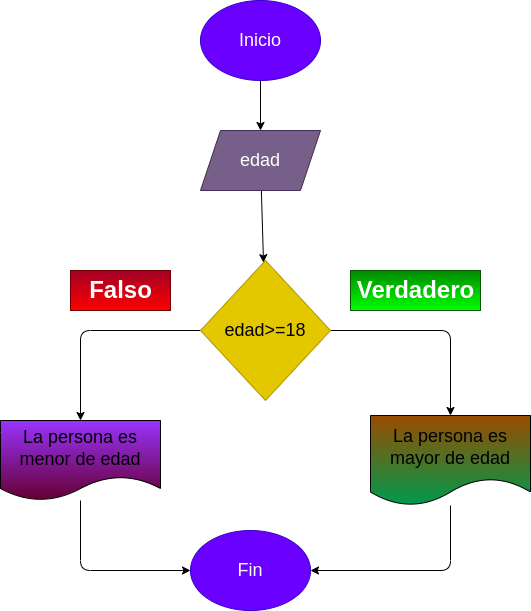
Earlier version of the draw.io export ejercicio7_raices/diagrama.png (juanomanino/EjerciciosIftemporal). Source tidied: cells renumbered, new cells last; positions are measured from the earlier drawing's top-left corner, leaving out a move shared by most shapes. The source it was exported from:
```xml
<mxGraphModel>
  <root>
    <mxCell id="0" />
    <mxCell id="1" parent="0" />
    <mxCell id="2" style="edgeStyle=none;html=1;fontSize=18;" parent="1" edge="1" source="3" target="5">
      <mxGeometry relative="1" as="geometry" />
    </mxCell>
    <mxCell id="3" value="&lt;font style=&quot;font-size: 18px&quot;&gt;Inicio&lt;/font&gt;" style="ellipse;whiteSpace=wrap;html=1;fillColor=#6a00ff;fontColor=#ffffff;strokeColor=#3700CC;" parent="1" vertex="1">
      <mxGeometry x="200" width="120" height="80" as="geometry" />
    </mxCell>
    <mxCell id="4" style="edgeStyle=none;html=1;fontSize=18;" parent="1" edge="1" source="5" target="8">
      <mxGeometry relative="1" as="geometry" />
    </mxCell>
    <mxCell id="5" value="&lt;font style=&quot;font-size: 18px&quot;&gt;edad&lt;/font&gt;" style="shape=parallelogram;perimeter=parallelogramPerimeter;whiteSpace=wrap;html=1;fixedSize=1;fillColor=#76608a;fontColor=#ffffff;strokeColor=#432D57;" parent="1" vertex="1">
      <mxGeometry x="200" y="130" width="120" height="60" as="geometry" />
    </mxCell>
    <mxCell id="6" style="edgeStyle=none;html=1;entryX=0.5;entryY=0;entryDx=0;entryDy=0;fontSize=18;" parent="1" edge="1" source="8" target="12">
      <mxGeometry relative="1" as="geometry">
        <Array as="points">
          <mxPoint x="450" y="330" />
        </Array>
      </mxGeometry>
    </mxCell>
    <mxCell id="7" style="edgeStyle=none;html=1;exitX=0;exitY=0.5;exitDx=0;exitDy=0;entryX=0.5;entryY=0;entryDx=0;entryDy=0;fontSize=18;" parent="1" edge="1" source="8" target="10">
      <mxGeometry relative="1" as="geometry">
        <Array as="points">
          <mxPoint x="80" y="330" />
        </Array>
      </mxGeometry>
    </mxCell>
    <mxCell id="8" value="edad&amp;gt;=18" style="rhombus;whiteSpace=wrap;html=1;fontSize=18;fillColor=#e3c800;fontColor=#000000;strokeColor=#B09500;" parent="1" vertex="1">
      <mxGeometry x="200" y="260" width="130" height="140" as="geometry" />
    </mxCell>
    <mxCell id="9" style="edgeStyle=none;html=1;entryX=0;entryY=0.5;entryDx=0;entryDy=0;fontSize=18;" parent="1" edge="1" source="10" target="15">
      <mxGeometry relative="1" as="geometry">
        <Array as="points">
          <mxPoint x="80" y="570" />
        </Array>
      </mxGeometry>
    </mxCell>
    <mxCell id="10" value="La persona es menor de edad" style="shape=document;whiteSpace=wrap;html=1;boundedLbl=1;fontSize=18;fillColor=#9933FF;gradientColor=#660033;" parent="1" vertex="1">
      <mxGeometry y="420" width="160" height="80" as="geometry" />
    </mxCell>
    <mxCell id="11" style="edgeStyle=none;html=1;entryX=1;entryY=0.5;entryDx=0;entryDy=0;fontSize=18;" parent="1" edge="1" source="12" target="15">
      <mxGeometry relative="1" as="geometry">
        <Array as="points">
          <mxPoint x="450" y="570" />
        </Array>
      </mxGeometry>
    </mxCell>
    <mxCell id="12" value="La persona es mayor de edad" style="shape=document;whiteSpace=wrap;html=1;boundedLbl=1;fontSize=18;gradientColor=#00994D;fillColor=#994C00;" parent="1" vertex="1">
      <mxGeometry x="370" y="415" width="160" height="90" as="geometry" />
    </mxCell>
    <mxCell id="13" value="Falso" style="text;strokeColor=#6F0000;fillColor=#a20025;html=1;fontSize=24;fontStyle=1;verticalAlign=middle;align=center;fontColor=#ffffff;gradientColor=#FF0000;" parent="1" vertex="1">
      <mxGeometry x="70" y="270" width="100" height="40" as="geometry" />
    </mxCell>
    <mxCell id="14" value="Verdadero" style="text;strokeColor=#005700;fillColor=#008a00;html=1;fontSize=24;fontStyle=1;verticalAlign=middle;align=center;fontColor=#ffffff;gradientColor=#00FF00;" parent="1" vertex="1">
      <mxGeometry x="350" y="270" width="130" height="40" as="geometry" />
    </mxCell>
    <mxCell id="15" value="Fin" style="ellipse;whiteSpace=wrap;html=1;fontSize=18;fillColor=#6a00ff;fontColor=#ffffff;strokeColor=#3700CC;" parent="1" vertex="1">
      <mxGeometry x="190" y="530" width="120" height="80" as="geometry" />
    </mxCell>
  </root>
</mxGraphModel>
```
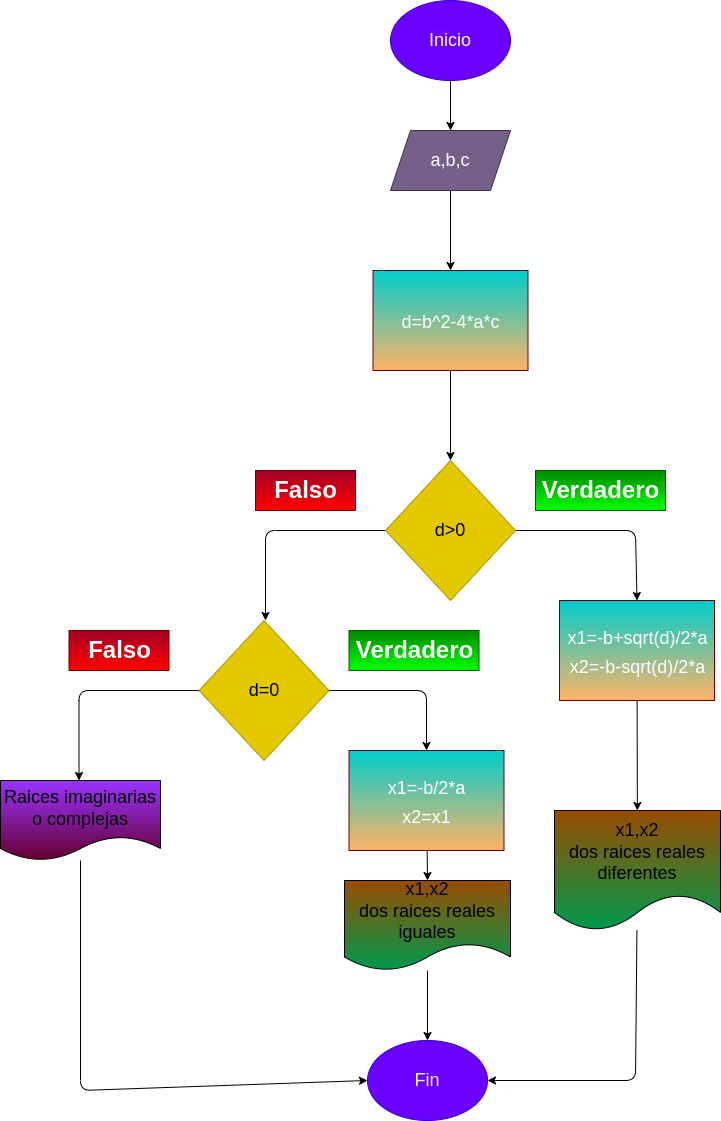
After the change.

The edit, as a diff of the source:
```diff
@@ -8,57 +8,106 @@
     <mxCell id="3" value="&lt;font style=&quot;font-size: 18px&quot;&gt;Inicio&lt;/font&gt;" style="ellipse;whiteSpace=wrap;html=1;fillColor=#6a00ff;fontColor=#ffffff;strokeColor=#3700CC;" parent="1" vertex="1">
       <mxGeometry x="200" width="120" height="80" as="geometry" />
     </mxCell>
-    <mxCell id="4" style="edgeStyle=none;html=1;fontSize=18;" parent="1" edge="1" source="5" target="8">
-      <mxGeometry relative="1" as="geometry" />
-    </mxCell>
+    <mxCell id="16" style="edgeStyle=none;html=1;entryX=0.5;entryY=0;entryDx=0;entryDy=0;" parent="1" edge="1" source="5" target="18">
+      <mxGeometry relative="1" as="geometry" />
+    </mxCell>
-    <mxCell id="5" value="&lt;font style=&quot;font-size: 18px&quot;&gt;edad&lt;/font&gt;" style="shape=parallelogram;perimeter=parallelogramPerimeter;whiteSpace=wrap;html=1;fixedSize=1;fillColor=#76608a;fontColor=#ffffff;strokeColor=#432D57;" parent="1" vertex="1">
+    <mxCell id="5" value="&lt;font style=&quot;font-size: 18px&quot;&gt;a,b,c&lt;/font&gt;" style="shape=parallelogram;perimeter=parallelogramPerimeter;whiteSpace=wrap;html=1;fixedSize=1;fillColor=#76608a;fontColor=#ffffff;strokeColor=#432D57;" parent="1" vertex="1">
       <mxGeometry x="200" y="130" width="120" height="60" as="geometry" />
     </mxCell>
-    <mxCell id="6" style="edgeStyle=none;html=1;entryX=0.5;entryY=0;entryDx=0;entryDy=0;fontSize=18;" parent="1" edge="1" source="8" target="12">
+    <mxCell id="6" style="edgeStyle=none;html=1;entryX=0.5;entryY=0;entryDx=0;entryDy=0;fontSize=18;" parent="1" edge="1" source="8" target="20">
       <mxGeometry relative="1" as="geometry">
         <Array as="points">
-          <mxPoint x="450" y="330" />
+          <mxPoint x="445" y="530" />
         </Array>
       </mxGeometry>
     </mxCell>
-    <mxCell id="7" style="edgeStyle=none;html=1;exitX=0;exitY=0.5;exitDx=0;exitDy=0;entryX=0.5;entryY=0;entryDx=0;entryDy=0;fontSize=18;" parent="1" edge="1" source="8" target="10">
+    <mxCell id="7" style="edgeStyle=none;html=1;exitX=0;exitY=0.5;exitDx=0;exitDy=0;entryX=0.5;entryY=0;entryDx=0;entryDy=0;fontSize=18;" parent="1" edge="1" source="8">
       <mxGeometry relative="1" as="geometry">
+        <mxPoint x="75" y="620" as="targetPoint" />
         <Array as="points">
-          <mxPoint x="80" y="330" />
+          <mxPoint x="75" y="530" />
         </Array>
       </mxGeometry>
     </mxCell>
-    <mxCell id="8" value="edad&amp;gt;=18" style="rhombus;whiteSpace=wrap;html=1;fontSize=18;fillColor=#e3c800;fontColor=#000000;strokeColor=#B09500;" parent="1" vertex="1">
-      <mxGeometry x="200" y="260" width="130" height="140" as="geometry" />
+    <mxCell id="8" value="d&amp;gt;0" style="rhombus;whiteSpace=wrap;html=1;fontSize=18;fillColor=#e3c800;fontColor=#000000;strokeColor=#B09500;" parent="1" vertex="1">
+      <mxGeometry x="195" y="460" width="130" height="140" as="geometry" />
     </mxCell>
-    <mxCell id="9" style="edgeStyle=none;html=1;entryX=0;entryY=0.5;entryDx=0;entryDy=0;fontSize=18;" parent="1" edge="1" source="10" target="15">
-      <mxGeometry relative="1" as="geometry">
-        <Array as="points">
-          <mxPoint x="80" y="570" />
-        </Array>
-      </mxGeometry>
-    </mxCell>
-    <mxCell id="10" value="La persona es menor de edad" style="shape=document;whiteSpace=wrap;html=1;boundedLbl=1;fontSize=18;fillColor=#9933FF;gradientColor=#660033;" parent="1" vertex="1">
-      <mxGeometry y="420" width="160" height="80" as="geometry" />
-    </mxCell>
     <mxCell id="11" style="edgeStyle=none;html=1;entryX=1;entryY=0.5;entryDx=0;entryDy=0;fontSize=18;" parent="1" edge="1" source="12" target="15">
       <mxGeometry relative="1" as="geometry">
         <Array as="points">
-          <mxPoint x="450" y="570" />
+          <mxPoint x="445" y="1080" />
         </Array>
       </mxGeometry>
     </mxCell>
-    <mxCell id="12" value="La persona es mayor de edad" style="shape=document;whiteSpace=wrap;html=1;boundedLbl=1;fontSize=18;gradientColor=#00994D;fillColor=#994C00;" parent="1" vertex="1">
-      <mxGeometry x="370" y="415" width="160" height="90" as="geometry" />
+    <mxCell id="12" value="x1,x2&lt;br&gt;dos raices reales diferentes" style="shape=document;whiteSpace=wrap;html=1;boundedLbl=1;fontSize=18;gradientColor=#00994D;fillColor=#994C00;" parent="1" vertex="1">
+      <mxGeometry x="364" y="810" width="166" height="120" as="geometry" />
     </mxCell>
     <mxCell id="13" value="Falso" style="text;strokeColor=#6F0000;fillColor=#a20025;html=1;fontSize=24;fontStyle=1;verticalAlign=middle;align=center;fontColor=#ffffff;gradientColor=#FF0000;" parent="1" vertex="1">
-      <mxGeometry x="70" y="270" width="100" height="40" as="geometry" />
+      <mxGeometry x="65" y="470" width="100" height="40" as="geometry" />
     </mxCell>
     <mxCell id="14" value="Verdadero" style="text;strokeColor=#005700;fillColor=#008a00;html=1;fontSize=24;fontStyle=1;verticalAlign=middle;align=center;fontColor=#ffffff;gradientColor=#00FF00;" parent="1" vertex="1">
-      <mxGeometry x="350" y="270" width="130" height="40" as="geometry" />
+      <mxGeometry x="345" y="470" width="130" height="40" as="geometry" />
     </mxCell>
     <mxCell id="15" value="Fin" style="ellipse;whiteSpace=wrap;html=1;fontSize=18;fillColor=#6a00ff;fontColor=#ffffff;strokeColor=#3700CC;" parent="1" vertex="1">
-      <mxGeometry x="190" y="530" width="120" height="80" as="geometry" />
+      <mxGeometry x="177" y="1040" width="120" height="80" as="geometry" />
     </mxCell>
+    <mxCell id="17" style="edgeStyle=none;html=1;" parent="1" edge="1" source="18" target="8">
+      <mxGeometry relative="1" as="geometry" />
+    </mxCell>
+    <mxCell id="18" value="&lt;font style=&quot;font-size: 18px&quot;&gt;d=b^2-4*a*c&lt;/font&gt;" style="text;strokeColor=#6F0000;fillColor=#00CCCC;html=1;fontSize=24;fontStyle=0;verticalAlign=middle;align=center;fontColor=#ffffff;gradientColor=#FFB366;" parent="1" vertex="1">
+      <mxGeometry x="182.5" y="270" width="155" height="100" as="geometry" />
+    </mxCell>
+    <mxCell id="19" style="edgeStyle=none;html=1;fontSize=18;" parent="1" edge="1" source="20" target="12">
+      <mxGeometry relative="1" as="geometry" />
+    </mxCell>
+    <mxCell id="20" value="&lt;font style=&quot;font-size: 18px&quot;&gt;x1=-b+sqrt(d)/2*a&lt;br&gt;x2=&lt;/font&gt;&lt;span style=&quot;font-size: 18px&quot;&gt;-b-sqrt(d)/2*a&lt;/span&gt;" style="text;strokeColor=#6F0000;fillColor=#00CCCC;html=1;fontSize=24;fontStyle=0;verticalAlign=middle;align=center;fontColor=#ffffff;gradientColor=#FFB366;" parent="1" vertex="1">
+      <mxGeometry x="369" y="600" width="155" height="100" as="geometry" />
+    </mxCell>
+    <mxCell id="21" style="edgeStyle=none;html=1;entryX=0.5;entryY=0;entryDx=0;entryDy=0;fontSize=18;" parent="1" edge="1" source="23" target="27">
+      <mxGeometry relative="1" as="geometry">
+        <Array as="points">
+          <mxPoint x="236" y="690" />
+        </Array>
+      </mxGeometry>
+    </mxCell>
+    <mxCell id="22" style="edgeStyle=none;html=1;exitX=0;exitY=0.5;exitDx=0;exitDy=0;entryX=0.5;entryY=0;entryDx=0;entryDy=0;fontSize=18;" parent="1" edge="1" source="23">
+      <mxGeometry relative="1" as="geometry">
+        <mxPoint x="-111.5" y="780" as="targetPoint" />
+        <Array as="points">
+          <mxPoint x="-111.5" y="690" />
+        </Array>
+      </mxGeometry>
+    </mxCell>
+    <mxCell id="23" value="d=0" style="rhombus;whiteSpace=wrap;html=1;fontSize=18;fillColor=#e3c800;fontColor=#000000;strokeColor=#B09500;" parent="1" vertex="1">
+      <mxGeometry x="8.5" y="620" width="130" height="140" as="geometry" />
+    </mxCell>
+    <mxCell id="24" value="Falso" style="text;strokeColor=#6F0000;fillColor=#a20025;html=1;fontSize=24;fontStyle=1;verticalAlign=middle;align=center;fontColor=#ffffff;gradientColor=#FF0000;" parent="1" vertex="1">
+      <mxGeometry x="-121.5" y="630" width="100" height="40" as="geometry" />
+    </mxCell>
+    <mxCell id="25" value="Verdadero" style="text;strokeColor=#005700;fillColor=#008a00;html=1;fontSize=24;fontStyle=1;verticalAlign=middle;align=center;fontColor=#ffffff;gradientColor=#00FF00;" parent="1" vertex="1">
+      <mxGeometry x="158.5" y="630" width="130" height="40" as="geometry" />
+    </mxCell>
+    <mxCell id="26" style="edgeStyle=none;html=1;entryX=0.5;entryY=0;entryDx=0;entryDy=0;fontSize=18;" parent="1" edge="1" source="27" target="31">
+      <mxGeometry relative="1" as="geometry" />
+    </mxCell>
+    <mxCell id="27" value="&lt;span style=&quot;font-size: 18px&quot;&gt;x1=-b/2*a&lt;br&gt;x2=x1&lt;br&gt;&lt;/span&gt;" style="text;strokeColor=#6F0000;fillColor=#00CCCC;html=1;fontSize=24;fontStyle=0;verticalAlign=middle;align=center;fontColor=#ffffff;gradientColor=#FFB366;" parent="1" vertex="1">
+      <mxGeometry x="158.5" y="750" width="155" height="100" as="geometry" />
+    </mxCell>
+    <mxCell id="28" style="edgeStyle=none;html=1;entryX=0;entryY=0.5;entryDx=0;entryDy=0;fontSize=18;" parent="1" edge="1" source="29" target="15">
+      <mxGeometry relative="1" as="geometry">
+        <Array as="points">
+          <mxPoint x="-110" y="1090" />
+        </Array>
+      </mxGeometry>
+    </mxCell>
+    <mxCell id="29" value="Raices imaginarias o complejas" style="shape=document;whiteSpace=wrap;html=1;boundedLbl=1;fontSize=18;fillColor=#9933FF;gradientColor=#660033;" parent="1" vertex="1">
+      <mxGeometry x="-190" y="780" width="160" height="80" as="geometry" />
+    </mxCell>
+    <mxCell id="30" style="edgeStyle=none;html=1;entryX=0.5;entryY=0;entryDx=0;entryDy=0;fontSize=18;" parent="1" edge="1" source="31" target="15">
+      <mxGeometry relative="1" as="geometry" />
+    </mxCell>
+    <mxCell id="31" value="x1,x2&lt;br&gt;dos raices reales iguales" style="shape=document;whiteSpace=wrap;html=1;boundedLbl=1;fontSize=18;gradientColor=#00994D;fillColor=#994C00;" parent="1" vertex="1">
+      <mxGeometry x="154" y="880" width="166" height="90" as="geometry" />
+    </mxCell>
   </root>
 </mxGraphModel>
```
